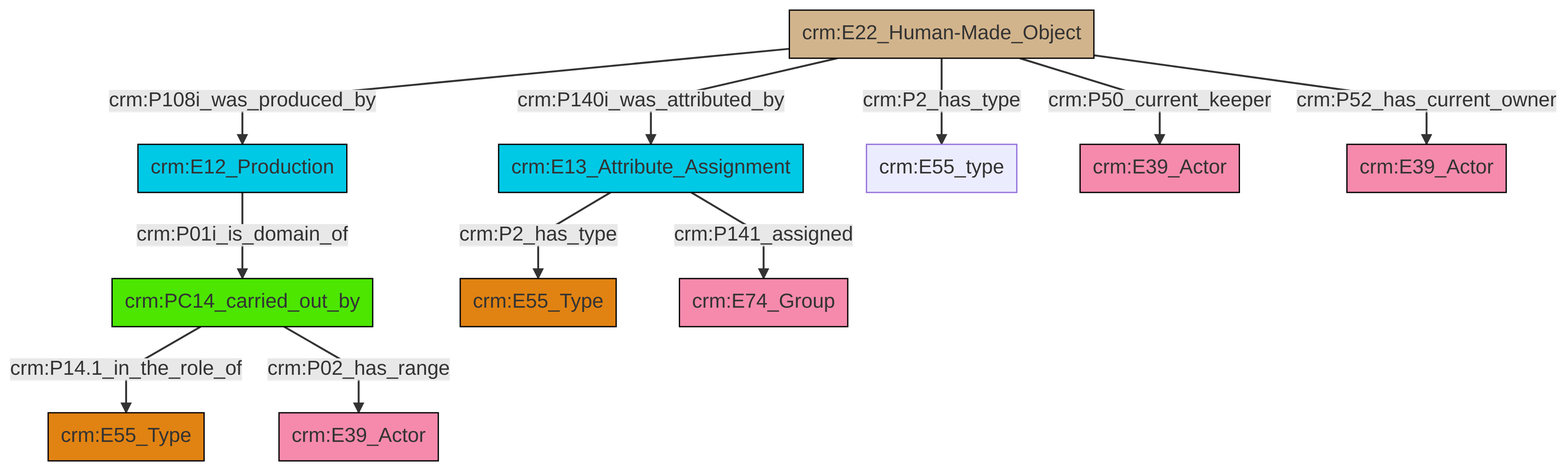
Earlier version of the Mermaid export et/artworkCSV/ttl/mmd/png/Artwork_Actor_Relations.png (swiss-art-research-net/reference-data-models). Its source is kept beside it as et/artworkCSV/ttl/mmd/Artwork_Actor_Relations.ttl.mmd.
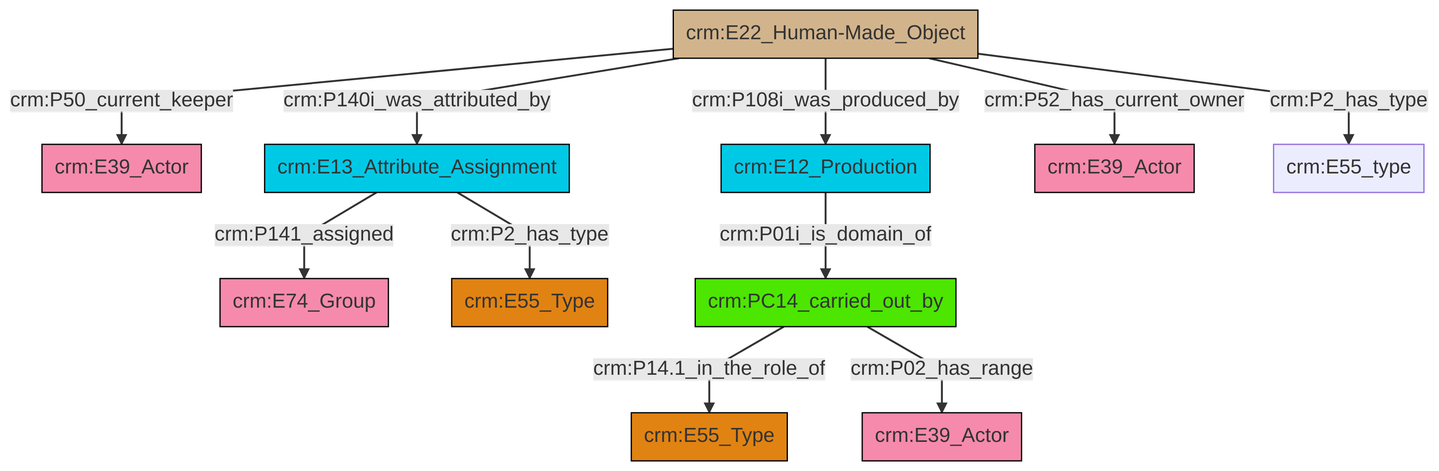
Above is the later version.

What changed in the source:
```diff
@@ -13,13 +13,13 @@
 classDef PC_Classes fill:#4ce600, stroke:#000000;
 classDef Multi fill:#cccccc,stroke:#000000;
 
-2["crm:PC14_carried_out_by"]:::PC_Classes -->|crm:P14.1_in_the_role_of| 3["crm:E55_Type"]:::Type
-2["crm:PC14_carried_out_by"]:::PC_Classes -->|crm:P02_has_range| 4["crm:E39_Actor"]:::Actor
-5["crm:E22_Human-Made_Object"]:::Physical_Thing -->|crm:P108i_was_produced_by| 6["crm:E12_Production"]:::Temporal_Entity
-5["crm:E22_Human-Made_Object"]:::Physical_Thing -->|crm:P140i_was_attributed_by| 7["crm:E13_Attribute_Assignment"]:::Temporal_Entity
-7["crm:E13_Attribute_Assignment"]:::Temporal_Entity -->|crm:P2_has_type| 0["crm:E55_Type"]:::Type
-5["crm:E22_Human-Made_Object"]:::Physical_Thing -->|crm:P2_has_type| 14["crm:E55_type"]:::Default
-6["crm:E12_Production"]:::Temporal_Entity -->|crm:P01i_is_domain_of| 2["crm:PC14_carried_out_by"]:::PC_Classes
-7["crm:E13_Attribute_Assignment"]:::Temporal_Entity -->|crm:P141_assigned| 8["crm:E74_Group"]:::Actor
-5["crm:E22_Human-Made_Object"]:::Physical_Thing -->|crm:P50_current_keeper| 17["crm:E39_Actor"]:::Actor
-5["crm:E22_Human-Made_Object"]:::Physical_Thing -->|crm:P52_has_current_owner| 12["crm:E39_Actor"]:::Actor
+2["crm:E22_Human-Made_Object"]:::Physical_Thing -->|crm:P50_current_keeper| 3["crm:E39_Actor"]:::Actor
+2["crm:E22_Human-Made_Object"]:::Physical_Thing -->|crm:P140i_was_attributed_by| 4["crm:E13_Attribute_Assignment"]:::Temporal_Entity
+8["crm:E12_Production"]:::Temporal_Entity -->|crm:P01i_is_domain_of| 9["crm:PC14_carried_out_by"]:::PC_Classes
+2["crm:E22_Human-Made_Object"]:::Physical_Thing -->|crm:P52_has_current_owner| 11["crm:E39_Actor"]:::Actor
+4["crm:E13_Attribute_Assignment"]:::Temporal_Entity -->|crm:P141_assigned| 0["crm:E74_Group"]:::Actor
+9["crm:PC14_carried_out_by"]:::PC_Classes -->|crm:P14.1_in_the_role_of| 18["crm:E55_Type"]:::Type
+2["crm:E22_Human-Made_Object"]:::Physical_Thing -->|crm:P2_has_type| 13["crm:E55_type"]:::Default
+4["crm:E13_Attribute_Assignment"]:::Temporal_Entity -->|crm:P2_has_type| 6["crm:E55_Type"]:::Type
+9["crm:PC14_carried_out_by"]:::PC_Classes -->|crm:P02_has_range| 19["crm:E39_Actor"]:::Actor
+2["crm:E22_Human-Made_Object"]:::Physical_Thing -->|crm:P108i_was_produced_by| 8["crm:E12_Production"]:::Temporal_Entity
```
